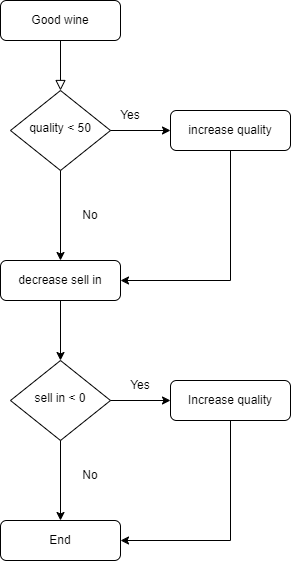
This is documentation/goodwine.drawio.png from mpasterkamp/GildedTros, a draw.io export, as it was before one commit. Source tidied: cells renumbered, new cells last; positions are measured from the earlier drawing's top-left corner, leaving out a move shared by most shapes. Source of this version:
```xml
<mxGraphModel>
  <root>
    <mxCell id="0" />
    <mxCell id="1" parent="0" />
    <mxCell id="2" style="rounded=0;html=1;jettySize=auto;fontSize=11;endArrow=block;endFill=0;endSize=8;strokeWidth=1;shadow=0;labelBackgroundColor=none;edgeStyle=orthogonalEdgeStyle;" parent="1" edge="1" source="3" target="4">
      <mxGeometry relative="1" as="geometry" />
    </mxCell>
    <mxCell id="3" value="Good wine" style="rounded=1;whiteSpace=wrap;html=1;fontSize=12;glass=0;strokeWidth=1;shadow=0;" parent="1" vertex="1">
      <mxGeometry width="120" height="40" as="geometry" />
    </mxCell>
    <mxCell id="4" value="quality &amp;lt; 50" style="rhombus;whiteSpace=wrap;html=1;shadow=0;fontFamily=Helvetica;fontSize=12;align=center;strokeWidth=1;spacing=6;spacingTop=-4;" parent="1" vertex="1">
      <mxGeometry x="10" y="90" width="100" height="80" as="geometry" />
    </mxCell>
    <mxCell id="5" value="increase quality" style="rounded=1;whiteSpace=wrap;html=1;fontSize=12;glass=0;strokeWidth=1;shadow=0;" parent="1" vertex="1">
      <mxGeometry x="170" y="110" width="120" height="40" as="geometry" />
    </mxCell>
    <mxCell id="6" value="decrease sell in" style="rounded=1;whiteSpace=wrap;html=1;fontSize=12;glass=0;strokeWidth=1;shadow=0;" parent="1" vertex="1">
      <mxGeometry y="260" width="120" height="40" as="geometry" />
    </mxCell>
    <mxCell id="7" style="endArrow=classic;html=1;rounded=0;" parent="1" edge="1" source="5" target="6">
      <mxGeometry relative="1" as="geometry">
        <Array as="points">
          <mxPoint x="230" y="280" />
        </Array>
      </mxGeometry>
    </mxCell>
    <mxCell id="8" value="sell in &amp;lt; 0" style="rhombus;whiteSpace=wrap;html=1;shadow=0;fontFamily=Helvetica;fontSize=12;align=center;strokeWidth=1;spacing=6;spacingTop=-4;" parent="1" vertex="1">
      <mxGeometry x="10" y="360" width="100" height="80" as="geometry" />
    </mxCell>
    <mxCell id="9" style="endArrow=classic;html=1;rounded=0;" parent="1" edge="1" source="6" target="8">
      <mxGeometry relative="1" as="geometry" />
    </mxCell>
    <mxCell id="10" style="endArrow=classic;html=1;rounded=0;" parent="1" edge="1" source="8" target="19">
      <mxGeometry relative="1" as="geometry" />
    </mxCell>
    <mxCell id="11" style="endArrow=classic;html=1;rounded=0;" parent="1" edge="1" source="4" target="6">
      <mxGeometry relative="1" as="geometry" />
    </mxCell>
    <mxCell id="12" style="endArrow=classic;html=1;rounded=0;" parent="1" edge="1" source="4" target="5">
      <mxGeometry relative="1" as="geometry" />
    </mxCell>
    <mxCell id="13" value="No" style="text;html=1;strokeColor=none;fillColor=none;align=center;verticalAlign=middle;whiteSpace=wrap;rounded=0;" parent="1" vertex="1">
      <mxGeometry x="60" y="200" width="60" height="30" as="geometry" />
    </mxCell>
    <mxCell id="14" value="Yes" style="text;html=1;strokeColor=none;fillColor=none;align=center;verticalAlign=middle;whiteSpace=wrap;rounded=0;" parent="1" vertex="1">
      <mxGeometry x="100" y="100" width="60" height="30" as="geometry" />
    </mxCell>
    <mxCell id="15" value="No" style="text;html=1;strokeColor=none;fillColor=none;align=center;verticalAlign=middle;whiteSpace=wrap;rounded=0;" parent="1" vertex="1">
      <mxGeometry x="60" y="460" width="60" height="30" as="geometry" />
    </mxCell>
    <mxCell id="16" style="endArrow=classic;html=1;rounded=0;" parent="1" edge="1" source="8" target="18">
      <mxGeometry relative="1" as="geometry" />
    </mxCell>
    <mxCell id="17" value="Yes" style="text;html=1;strokeColor=none;fillColor=none;align=center;verticalAlign=middle;whiteSpace=wrap;rounded=0;" parent="1" vertex="1">
      <mxGeometry x="110" y="370" width="60" height="30" as="geometry" />
    </mxCell>
    <mxCell id="18" value="Increase quality" style="rounded=1;whiteSpace=wrap;html=1;fontSize=12;glass=0;strokeWidth=1;shadow=0;" parent="1" vertex="1">
      <mxGeometry x="170" y="380" width="120" height="40" as="geometry" />
    </mxCell>
    <mxCell id="19" value="End" style="rounded=1;whiteSpace=wrap;html=1;fontSize=12;glass=0;strokeWidth=1;shadow=0;" parent="1" vertex="1">
      <mxGeometry y="520" width="120" height="40" as="geometry" />
    </mxCell>
    <mxCell id="20" style="endArrow=classic;html=1;rounded=0;" parent="1" edge="1" source="18" target="19">
      <mxGeometry relative="1" as="geometry">
        <Array as="points">
          <mxPoint x="230" y="540" />
        </Array>
      </mxGeometry>
    </mxCell>
  </root>
</mxGraphModel>
```
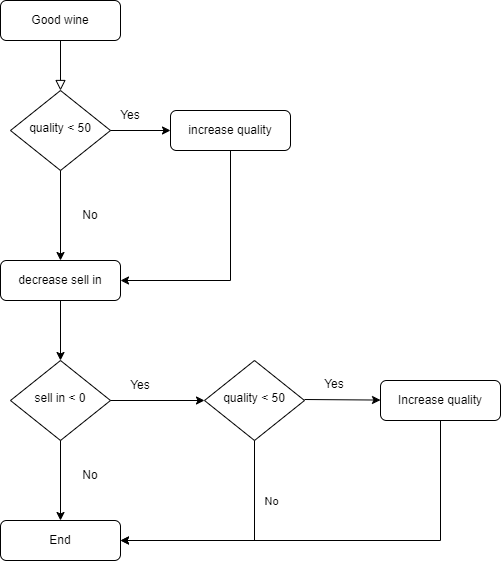
The same file after the commit.

Commit message:
Refactor code by unwrapping if-statements

Change to the diagram source:
```diff
@@ -48,14 +48,14 @@
     <mxCell id="15" value="No" style="text;html=1;strokeColor=none;fillColor=none;align=center;verticalAlign=middle;whiteSpace=wrap;rounded=0;" parent="1" vertex="1">
       <mxGeometry x="60" y="460" width="60" height="30" as="geometry" />
     </mxCell>
-    <mxCell id="16" style="endArrow=classic;html=1;rounded=0;" parent="1" edge="1" source="8" target="18">
+    <mxCell id="16" style="endArrow=classic;html=1;rounded=0;" parent="1" edge="1" source="8" target="21">
       <mxGeometry relative="1" as="geometry" />
     </mxCell>
     <mxCell id="17" value="Yes" style="text;html=1;strokeColor=none;fillColor=none;align=center;verticalAlign=middle;whiteSpace=wrap;rounded=0;" parent="1" vertex="1">
       <mxGeometry x="110" y="370" width="60" height="30" as="geometry" />
     </mxCell>
     <mxCell id="18" value="Increase quality" style="rounded=1;whiteSpace=wrap;html=1;fontSize=12;glass=0;strokeWidth=1;shadow=0;" parent="1" vertex="1">
-      <mxGeometry x="170" y="380" width="120" height="40" as="geometry" />
+      <mxGeometry x="380" y="380" width="120" height="40" as="geometry" />
     </mxCell>
     <mxCell id="19" value="End" style="rounded=1;whiteSpace=wrap;html=1;fontSize=12;glass=0;strokeWidth=1;shadow=0;" parent="1" vertex="1">
       <mxGeometry y="520" width="120" height="40" as="geometry" />
@@ -63,9 +63,32 @@
     <mxCell id="20" style="endArrow=classic;html=1;rounded=0;" parent="1" edge="1" source="18" target="19">
       <mxGeometry relative="1" as="geometry">
         <Array as="points">
-          <mxPoint x="230" y="540" />
+          <mxPoint x="440" y="540" />
         </Array>
       </mxGeometry>
     </mxCell>
+    <mxCell id="21" value="quality &amp;lt; 50" style="rhombus;whiteSpace=wrap;html=1;shadow=0;fontFamily=Helvetica;fontSize=12;align=center;strokeWidth=1;spacing=6;spacingTop=-4;" parent="1" vertex="1">
+      <mxGeometry x="204" y="360" width="100" height="80" as="geometry" />
+    </mxCell>
+    <mxCell id="22" style="endArrow=classic;html=1;rounded=0;" parent="1" edge="1" target="18">
+      <mxGeometry relative="1" as="geometry">
+        <mxPoint x="304" y="399" as="sourcePoint" />
+      </mxGeometry>
+    </mxCell>
+    <mxCell id="23" value="Yes" style="text;html=1;strokeColor=none;fillColor=none;align=center;verticalAlign=middle;whiteSpace=wrap;rounded=0;" parent="1" vertex="1">
+      <mxGeometry x="304" y="369" width="60" height="30" as="geometry" />
+    </mxCell>
+    <mxCell id="24" style="endArrow=classic;html=1;rounded=0;" parent="1" edge="1" source="21" target="19">
+      <mxGeometry relative="1" as="geometry">
+        <Array as="points">
+          <mxPoint x="254" y="540" />
+        </Array>
+      </mxGeometry>
+    </mxCell>
+    <mxCell id="25" value="No" style="edgeLabel;html=1;align=center;verticalAlign=middle;" parent="24" vertex="1">
+      <mxGeometry x="-0.4" y="1" relative="1" as="geometry">
+        <mxPoint x="15" y="-10" as="offset" />
+      </mxGeometry>
+    </mxCell>
   </root>
 </mxGraphModel>
```
